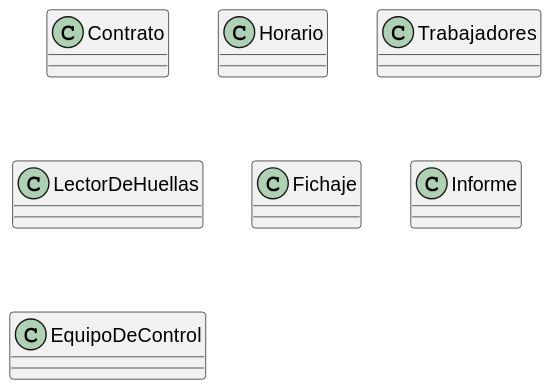
Earlier version of the PlantUML export imagenes/modelosUML/modeloDelDominio/mdd001.svg (mmasias/23-24-IdSw1-SDR).
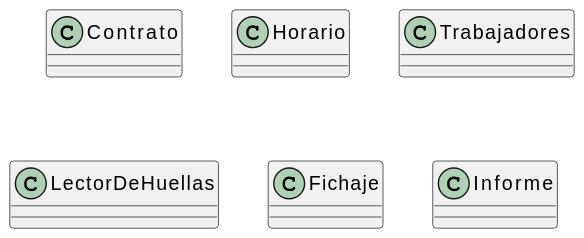
Later version of the same file.

What changed in the source:
```diff
@@ -1,5 +1,4 @@
 @startuml
-
 class Contrato {
 
 }
@@ -23,9 +22,4 @@
 class Informe {
 
 }
-
-class EquipoDeControl {
-
-}
-
 @enduml
```
